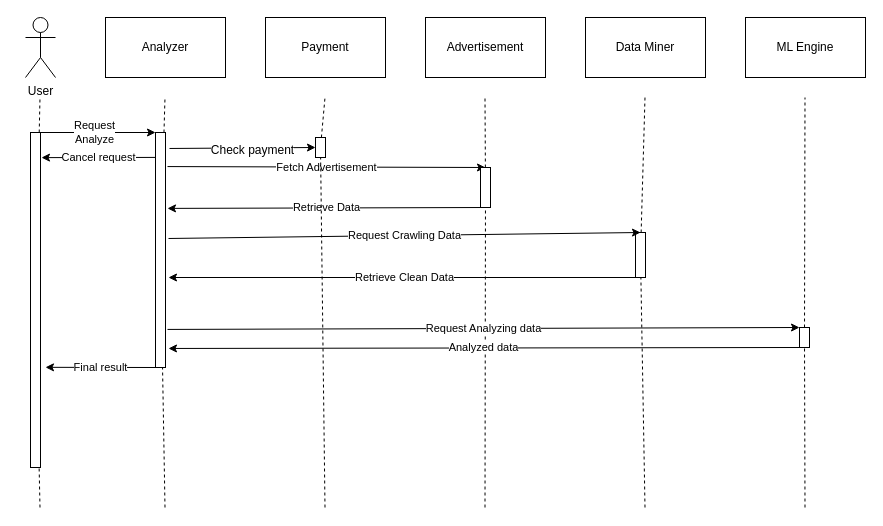
Earlier version of the draw.io diagram Planning/BehavioralModeling/SequenceDiagram/Feedback-analysi.drawio (mahyaj98/SW_InfluencerMarketing). Source tidied: cells renumbered, new cells numbered last; positions are measured from the earlier drawing's top-left corner, leaving out a move shared by most shapes. Both pictures are drawn from the tidied source at 100%, with x=0, y=0 at pixel (25, 17).
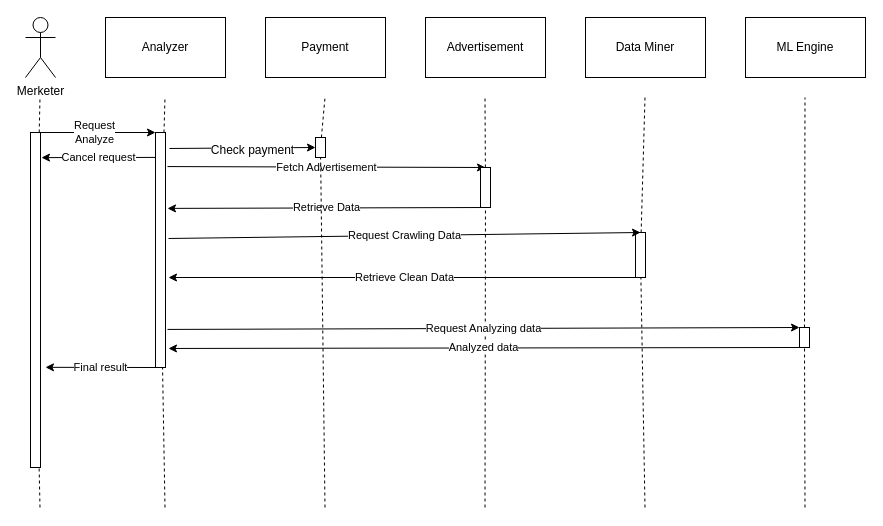
Above is the later version.

Change to the diagram source:
```diff
@@
-    <mxCell id="2" value="User" style="shape=umlActor;verticalLabelPosition=bottom;labelBackgroundColor=#ffffff;verticalAlign=top;html=1;" parent="1" vertex="1">
+    <mxCell id="2" value="Merketer" style="shape=umlActor;verticalLabelPosition=bottom;labelBackgroundColor=#ffffff;verticalAlign=top;html=1;" parent="1" vertex="1">
       <mxGeometry width="30" height="60" as="geometry" />
     </mxCell>
```
